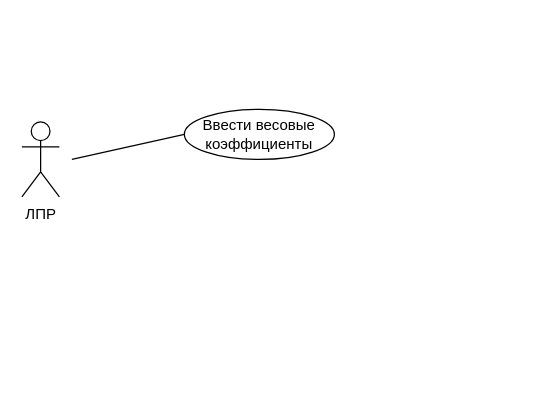
Dimj1k/Works keeps this draw.io diagram as draw_io/useCase.drawio. Above is the earlier version. Source tidied: cells renumbered, new cells numbered last; positions are measured from the earlier drawing's top-left corner, leaving out a move shared by most shapes. Both pictures are drawn from the tidied source at 125%, with x=0, y=0 at pixel (21, 109).
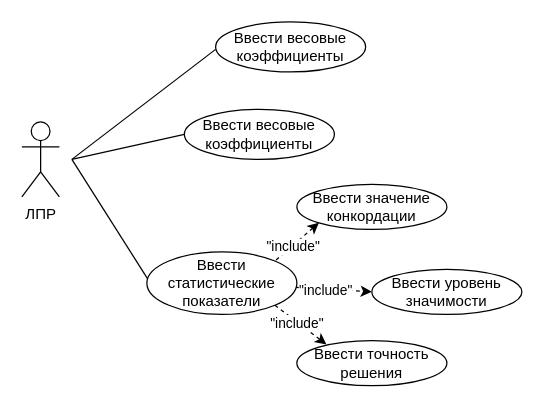
The same page after the edit.

Diff of the diagram source:
```diff
@@
 <mxGraphModel>
   <root>
     <mxCell id="0" />
     <mxCell id="1" parent="0" />
     <mxCell id="2" value="ЛПР" style="shape=umlActor;verticalLabelPosition=bottom;verticalAlign=top;html=1;" parent="1" vertex="1">
       <mxGeometry y="10" width="30" height="60" as="geometry" />
     </mxCell>
     <mxCell id="3" style="endArrow=none;html=1;rounded=0;endFill=0;" parent="1" edge="1">
       <mxGeometry relative="1" as="geometry">
         <mxPoint x="40" y="40" as="sourcePoint" />
         <mxPoint x="130" y="20" as="targetPoint" />
       </mxGeometry>
     </mxCell>
     <mxCell id="4" value="Ввести весовые&lt;br&gt;коэффициенты" style="ellipse;whiteSpace=wrap;html=1;" parent="1" vertex="1">
       <mxGeometry x="130" width="120" height="40" as="geometry" />
     </mxCell>
+    <mxCell id="5" style="endArrow=none;html=1;rounded=0;endFill=0;entryX=0.003;entryY=0.424;entryDx=0;entryDy=0;entryPerimeter=0;" parent="1" edge="1" target="7">
+      <mxGeometry relative="1" as="geometry">
+        <mxPoint x="40" y="40" as="sourcePoint" />
+      </mxGeometry>
+    </mxCell>
+    <mxCell id="6" value="&quot;include&quot;" style="rounded=0;jettySize=auto;html=1;entryX=0;entryY=0.5;entryDx=0;entryDy=0;dashed=1;" parent="1" edge="1" source="7" target="10">
+      <mxGeometry x="-0.22" y="-1" relative="1" as="geometry" />
+    </mxCell>
+    <mxCell id="7" value="Ввести статистические показатели" style="ellipse;whiteSpace=wrap;html=1;" parent="1" vertex="1">
+      <mxGeometry x="100" y="114" width="120" height="50" as="geometry" />
+    </mxCell>
+    <mxCell id="8" value="&quot;include&quot;" style="rounded=0;jettySize=auto;html=1;exitX=0;exitY=1;exitDx=0;exitDy=0;entryX=1;entryY=0;entryDx=0;entryDy=0;endArrow=none;endFill=0;dashed=1;startArrow=classic;startFill=1;" parent="1" edge="1" source="9" target="7">
+      <mxGeometry x="0.21" y="1" relative="1" as="geometry" />
+    </mxCell>
+    <mxCell id="9" value="Ввести значение конкордации" style="ellipse;whiteSpace=wrap;html=1;" parent="1" vertex="1">
+      <mxGeometry x="220" y="60" width="120" height="36" as="geometry" />
+    </mxCell>
+    <mxCell id="10" value="Ввести уровень значимости" style="ellipse;whiteSpace=wrap;html=1;" parent="1" vertex="1">
+      <mxGeometry x="280" y="128" width="120" height="36" as="geometry" />
+    </mxCell>
+    <mxCell id="11" value="Ввести точность решения" style="ellipse;whiteSpace=wrap;html=1;" parent="1" vertex="1">
+      <mxGeometry x="220" y="185" width="120" height="36" as="geometry" />
+    </mxCell>
+    <mxCell id="12" value="&quot;include&quot;" style="rounded=0;jettySize=auto;html=1;exitX=1;exitY=1;exitDx=0;exitDy=0;entryX=0.197;entryY=0.085;entryDx=0;entryDy=0;entryPerimeter=0;dashed=1;" parent="1" edge="1" source="7" target="11">
+      <mxGeometry x="-0.13" y="-1" relative="1" as="geometry" />
+    </mxCell>
+    <mxCell id="13" style="endArrow=none;html=1;rounded=0;endFill=0;" parent="1" edge="1">
+      <mxGeometry relative="1" as="geometry">
+        <mxPoint x="40" y="40" as="sourcePoint" />
+        <mxPoint x="155" y="-48" as="targetPoint" />
+      </mxGeometry>
+    </mxCell>
+    <mxCell id="14" value="Ввести весовые&lt;br&gt;коэффициенты" style="ellipse;whiteSpace=wrap;html=1;" parent="1" vertex="1">
+      <mxGeometry x="155" y="-70" width="120" height="40" as="geometry" />
+    </mxCell>
   </root>
 </mxGraphModel>
```
